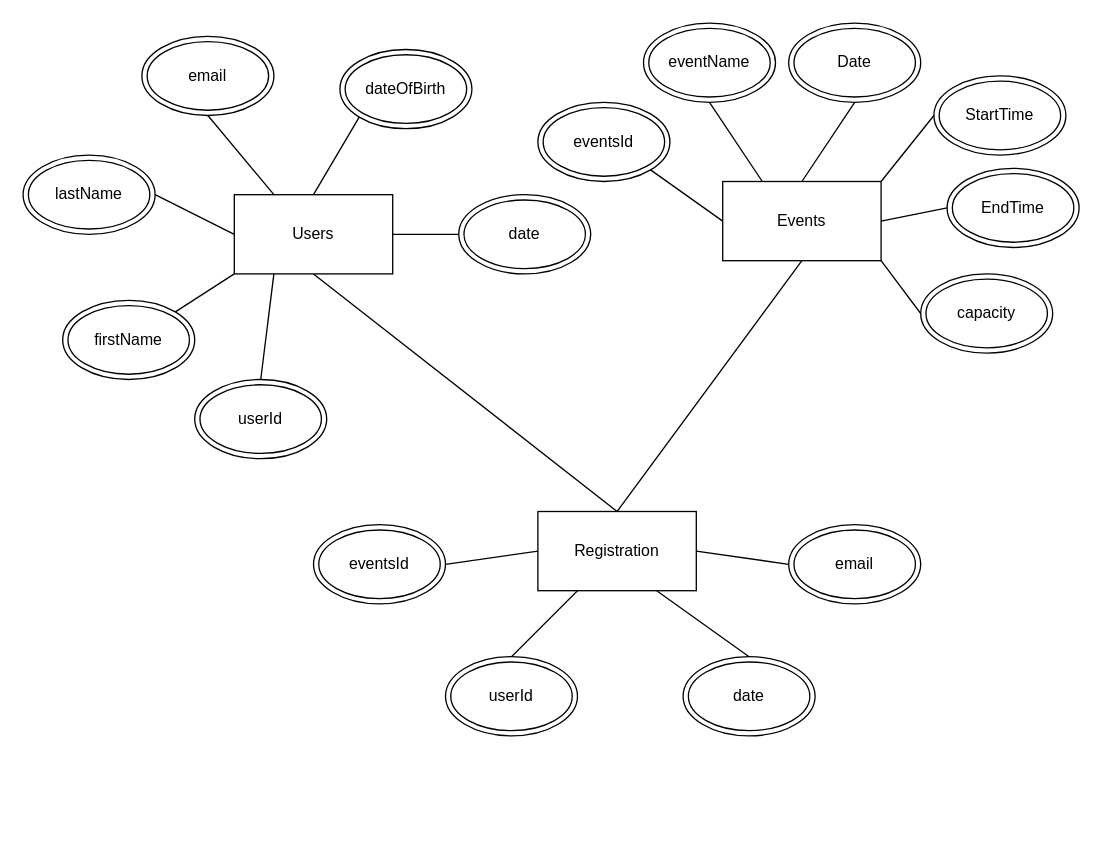
Earlier version of the draw.io diagram Untitled Diagram.drawio (SherahIsrael/Evently). Source tidied: cells renumbered, new cells numbered last; positions are measured from the earlier drawing's top-left corner, leaving out a move shared by most shapes. Both pictures are drawn from the tidied source at 132%, with x=0, y=0 at pixel (22, 22).
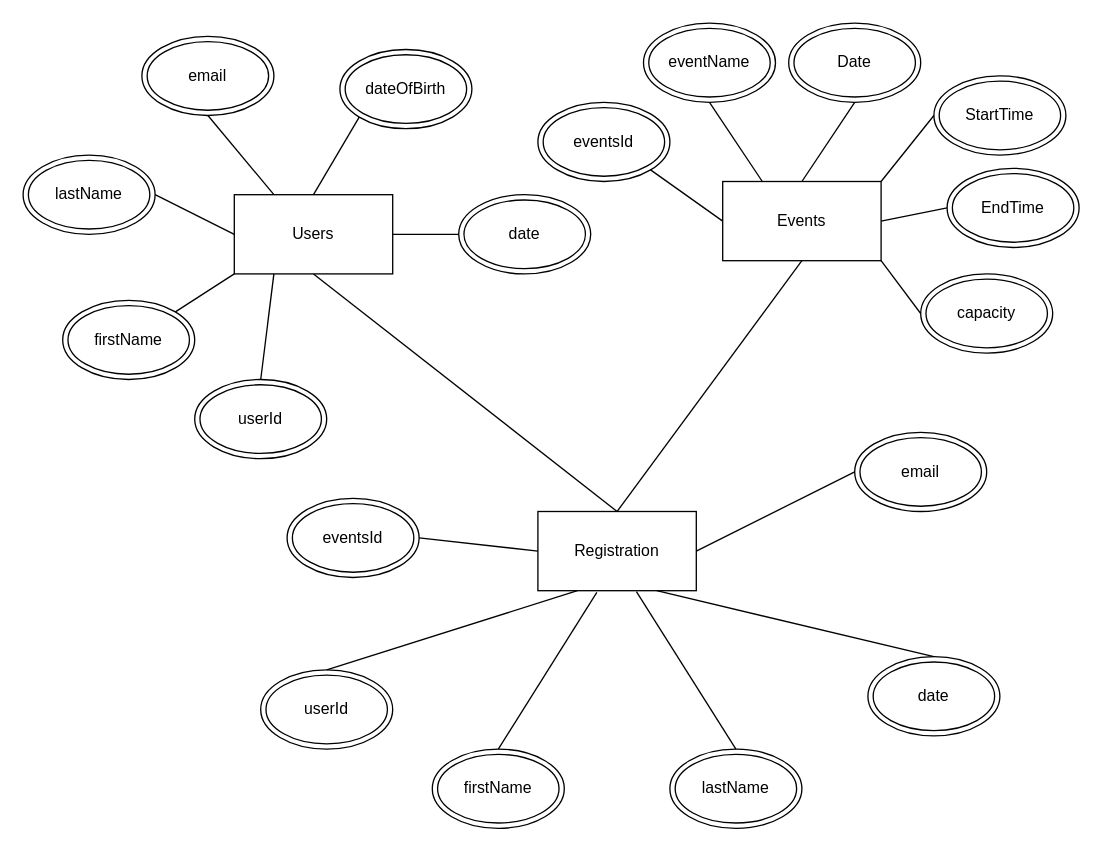
After the change.

The change refers to these unchanged cells:
```xml
<mxCell id="6" value="Registration" style="rounded=0;whiteSpace=wrap;html=1;" parent="1" vertex="1">
  <mxGeometry x="390" y="370" width="120" height="60" as="geometry" />
</mxCell>
```

Diff of the diagram source:
```diff
@@
     <mxCell id="31" value="eventsId" style="ellipse;shape=doubleEllipse;whiteSpace=wrap;html=1;" parent="1" vertex="1">
-      <mxGeometry x="220" y="380" width="100" height="60" as="geometry" />
+      <mxGeometry x="200" y="360" width="100" height="60" as="geometry" />
     </mxCell>
     <mxCell id="32" value="userId" style="ellipse;shape=doubleEllipse;whiteSpace=wrap;html=1;" parent="1" vertex="1">
-      <mxGeometry x="320" y="480" width="100" height="60" as="geometry" />
+      <mxGeometry x="180" y="490" width="100" height="60" as="geometry" />
     </mxCell>
     <mxCell id="33" value="date" style="ellipse;shape=doubleEllipse;whiteSpace=wrap;html=1;" parent="1" vertex="1">
-      <mxGeometry x="500" y="480" width="100" height="60" as="geometry" />
+      <mxGeometry x="640" y="480" width="100" height="60" as="geometry" />
     </mxCell>
     <mxCell id="34" value="email" style="ellipse;shape=doubleEllipse;whiteSpace=wrap;html=1;" parent="1" vertex="1">
-      <mxGeometry x="580" y="380" width="100" height="60" as="geometry" />
+      <mxGeometry x="630" y="310" width="100" height="60" as="geometry" />
     </mxCell>
@@
+    <mxCell id="39" value="lastName" style="ellipse;shape=doubleEllipse;whiteSpace=wrap;html=1;" parent="1" vertex="1">
+      <mxGeometry x="490" y="550" width="100" height="60" as="geometry" />
+    </mxCell>
+    <mxCell id="40" value="firstName" style="ellipse;shape=doubleEllipse;whiteSpace=wrap;html=1;" parent="1" vertex="1">
+      <mxGeometry x="310" y="550" width="100" height="60" as="geometry" />
+    </mxCell>
+    <mxCell id="41" style="endArrow=none;html=1;rounded=0;exitX=0.5;exitY=0;exitDx=0;exitDy=0;entryX=0.372;entryY=1.022;entryDx=0;entryDy=0;entryPerimeter=0;" parent="1" edge="1" source="40" target="6">
+      <mxGeometry relative="1" as="geometry" />
+    </mxCell>
+    <mxCell id="42" style="endArrow=none;html=1;rounded=0;exitX=0.5;exitY=0;exitDx=0;exitDy=0;entryX=0.622;entryY=1.011;entryDx=0;entryDy=0;entryPerimeter=0;" parent="1" edge="1" source="39" target="6">
+      <mxGeometry relative="1" as="geometry" />
+    </mxCell>
```
